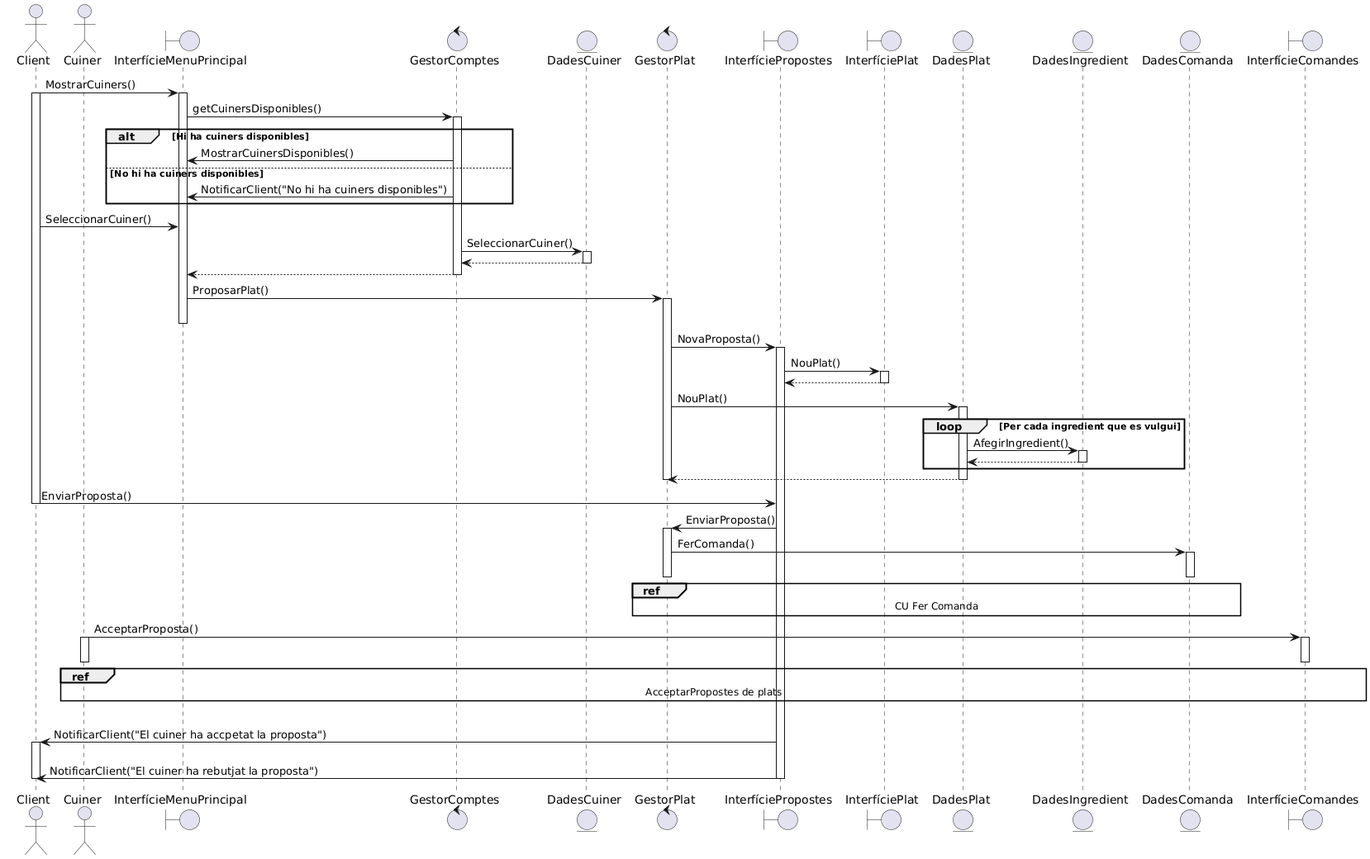
Earlier version of the PlantUML export documents/Diagrames i Especificacions/Seqüencia/seta/3 - Proposar Plats.png (martipages/ES23UAB431-02).
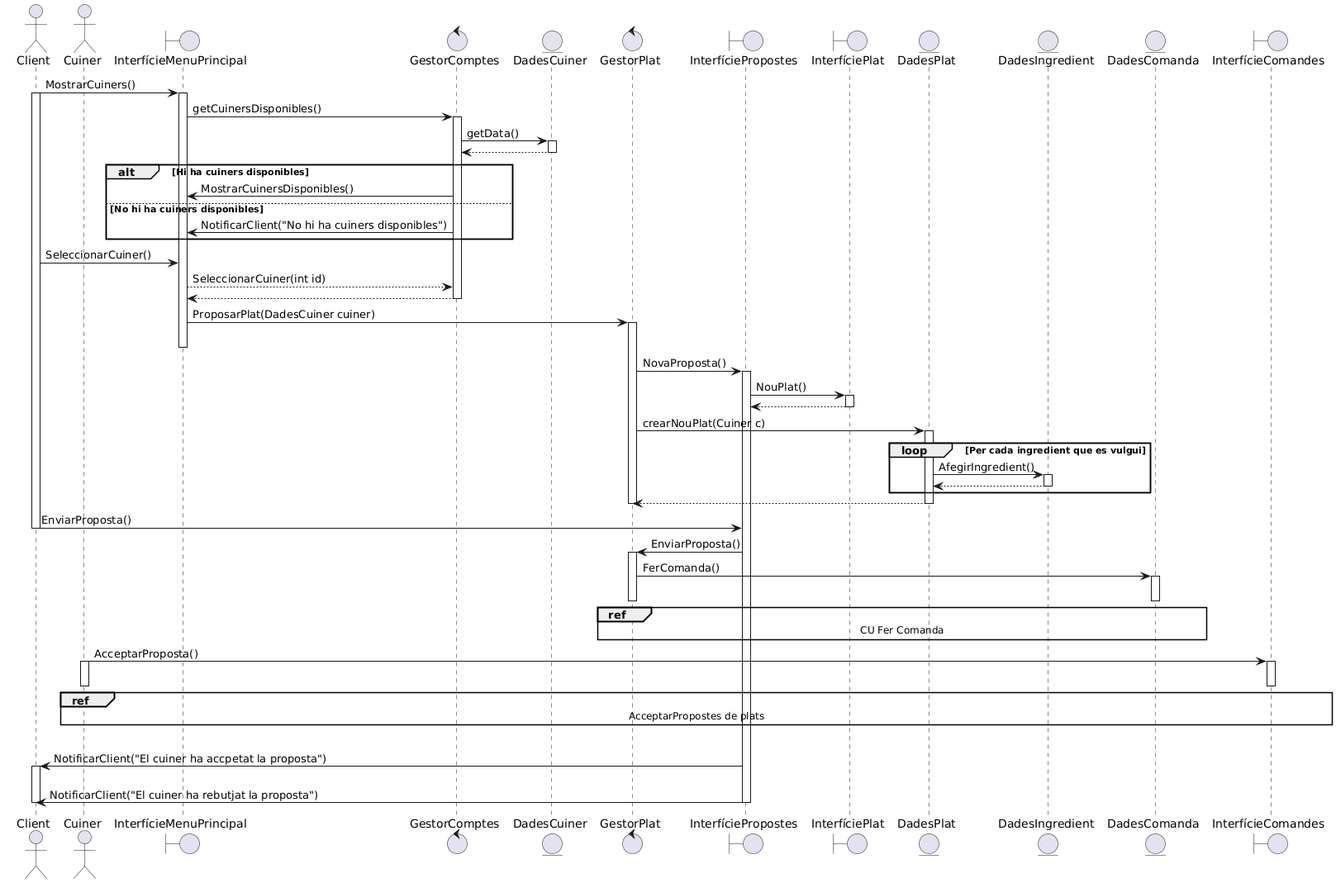
The same file after the commit.

The edit, as a diff of the source:
```diff
@@ -17,6 +17,8 @@
 Client->InterfícieMenuPrincipal++:MostrarCuiners()
 Client++
 InterfícieMenuPrincipal -> GestorComptes++:getCuinersDisponibles()
+GestorComptes->DadesCuiner++:getData()
+DadesCuiner-->GestorComptes--
 alt Hi ha cuiners disponibles
 GestorComptes->InterfícieMenuPrincipal:MostrarCuinersDisponibles()
 
@@ -25,12 +27,13 @@
 end
 
 Client->InterfícieMenuPrincipal:SeleccionarCuiner()
-GestorComptes->DadesCuiner++:SeleccionarCuiner()
-DadesCuiner-->GestorComptes
+InterfícieMenuPrincipal-->GestorComptes:SeleccionarCuiner(int id)
+
+
 DadesCuiner--
 GestorComptes-->InterfícieMenuPrincipal--
 
-InterfícieMenuPrincipal->GestorPlat++:ProposarPlat()
+InterfícieMenuPrincipal->GestorPlat++:ProposarPlat(DadesCuiner cuiner)
 InterfícieMenuPrincipal--
 
 GestorPlat->InterfíciePropostes++:NovaProposta()
@@ -38,7 +41,7 @@
 InterfíciePlat-->InterfíciePropostes
 InterfíciePlat--
 
-GestorPlat->DadesPlat++: NouPlat()
+GestorPlat->DadesPlat++: crearNouPlat(Cuiner c)
 loop Per cada ingredient que es vulgui
 DadesPlat->DadesIngredient++:AfegirIngredient()
 DadesIngredient-->DadesPlat--
```
